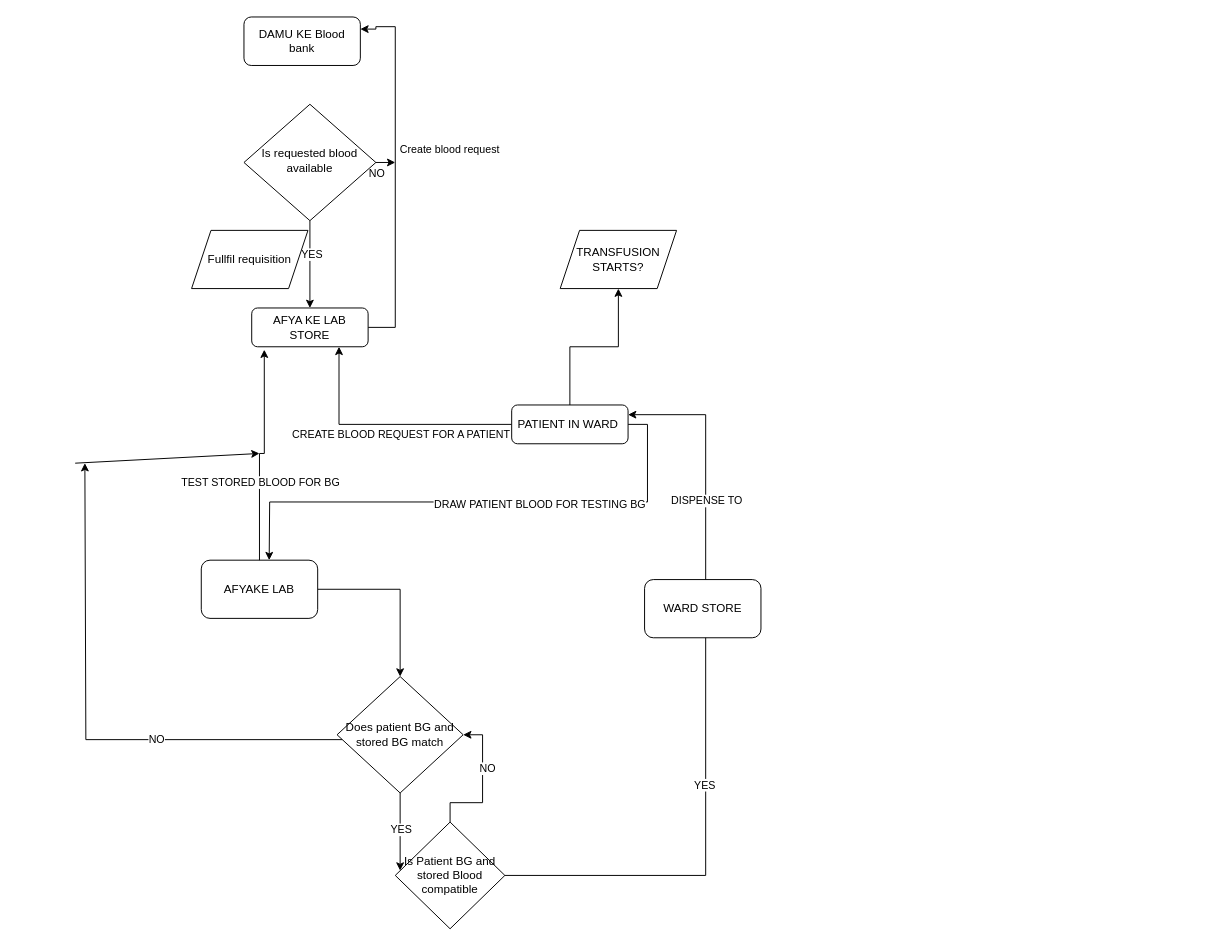
The draw.io diagram Untitled Diagram.drawio in kelvinmudanya/zero_day, before the edit. Source tidied: cells renumbered, new cells numbered last; positions are measured from the earlier drawing's top-left corner, leaving out a move shared by most shapes. Both pictures are drawn from the tidied source at 97%, with x=0, y=0 at pixel (75, 16).
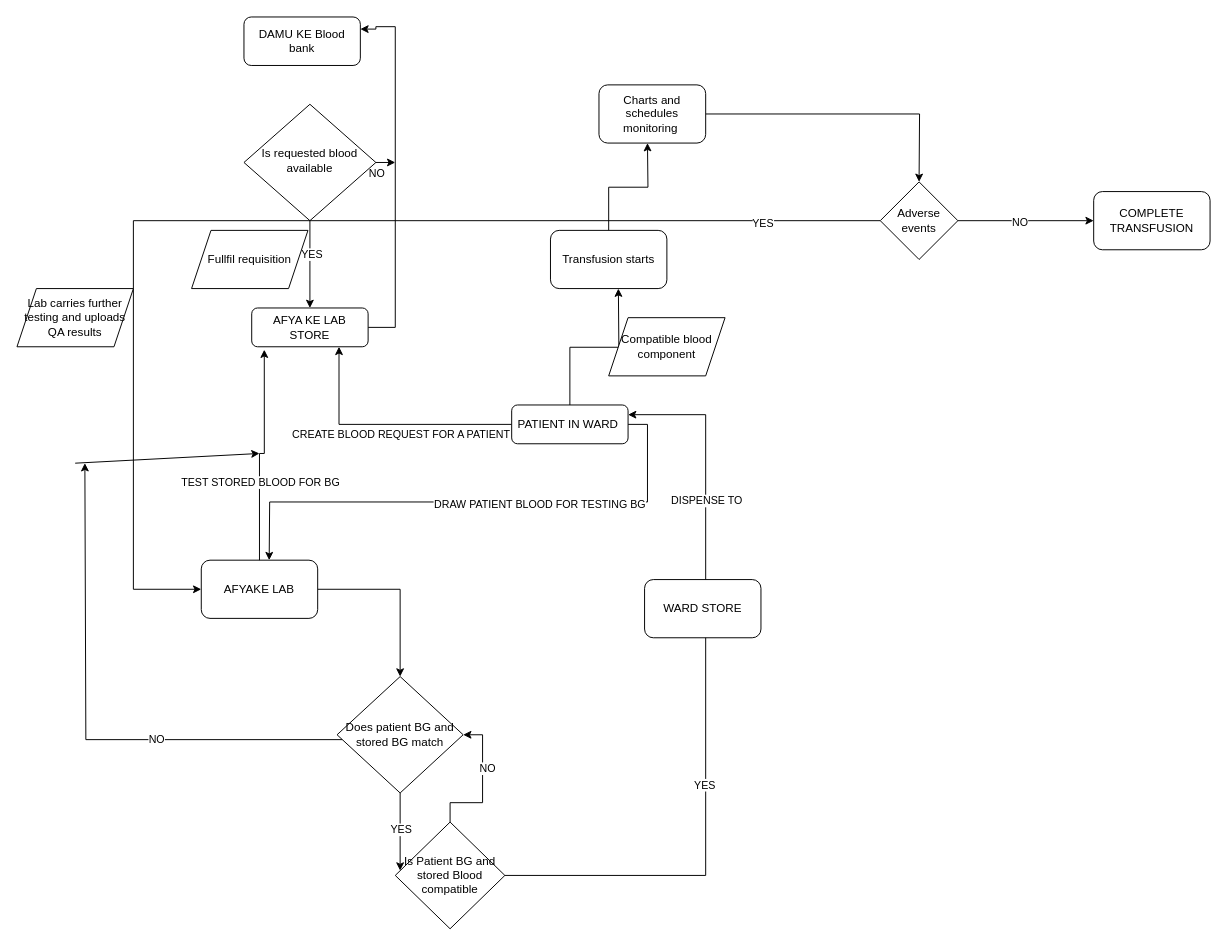
The same diagram, later.

Unchanged cells that the change refers to:
```xml
<mxCell id="8" style="edgeStyle=orthogonalEdgeStyle;rounded=0;jettySize=auto;html=1;entryX=1;entryY=0.25;entryDx=0;entryDy=0;" parent="1" edge="1" source="10" target="2">
  <mxGeometry relative="1" as="geometry">
    <Array as="points">
      <mxPoint x="330" y="320" />
      <mxPoint x="330" y="10" />
      <mxPoint x="310" y="10" />
    </Array>
  </mxGeometry>
</mxCell>
<mxCell id="13" value="AFYAKE LAB" style="rounded=1;whiteSpace=wrap;html=1;" parent="1" vertex="1">
  <mxGeometry x="130" y="560" width="120" height="60" as="geometry" />
</mxCell>
<mxCell id="19" value="PATIENT IN WARD&amp;nbsp;" style="rounded=1;whiteSpace=wrap;html=1;" parent="1" vertex="1">
  <mxGeometry x="450" y="400" width="120" height="40" as="geometry" />
</mxCell>
```

Change to the diagram source:
```diff
@@
-    <mxCell id="9" value="Create blood request" style="edgeLabel;html=1;align=center;verticalAlign=middle;" parent="8" vertex="1">
-      <mxGeometry x="0.12" y="1" relative="1" as="geometry">
-        <mxPoint x="56" y="-1" as="offset" />
-      </mxGeometry>
-    </mxCell>
@@
-    <mxCell id="18" style="edgeStyle=orthogonalEdgeStyle;rounded=0;jettySize=auto;html=1;" parent="1" edge="1" source="19" target="35">
-      <mxGeometry relative="1" as="geometry" />
+    <mxCell id="18" style="edgeStyle=orthogonalEdgeStyle;rounded=0;jettySize=auto;html=1;" parent="1" edge="1" source="19">
+      <mxGeometry relative="1" as="geometry">
+        <mxPoint x="560" y="280" as="targetPoint" />
+      </mxGeometry>
     </mxCell>
@@
-    <mxCell id="35" value="TRANSFUSION STARTS?" style="shape=parallelogram;perimeter=parallelogramPerimeter;whiteSpace=wrap;html=1;fixedSize=1;" parent="1" vertex="1">
-      <mxGeometry x="500" y="220" width="120" height="60" as="geometry" />
-    </mxCell>
+    <mxCell id="36" style="edgeStyle=orthogonalEdgeStyle;rounded=0;jettySize=auto;html=1;" parent="1" edge="1" source="37">
+      <mxGeometry relative="1" as="geometry">
+        <mxPoint x="590" y="130" as="targetPoint" />
+      </mxGeometry>
+    </mxCell>
+    <mxCell id="37" value="Transfusion starts" style="rounded=1;whiteSpace=wrap;html=1;" parent="1" vertex="1">
+      <mxGeometry x="490" y="220" width="120" height="60" as="geometry" />
+    </mxCell>
+    <mxCell id="38" value="Compatible blood component" style="shape=parallelogram;perimeter=parallelogramPerimeter;whiteSpace=wrap;html=1;fixedSize=1;" parent="1" vertex="1">
+      <mxGeometry x="550" y="310" width="120" height="60" as="geometry" />
+    </mxCell>
+    <mxCell id="39" style="edgeStyle=orthogonalEdgeStyle;rounded=0;jettySize=auto;html=1;" parent="1" edge="1" source="40">
+      <mxGeometry relative="1" as="geometry">
+        <mxPoint x="870" y="170" as="targetPoint" />
+      </mxGeometry>
+    </mxCell>
+    <mxCell id="40" value="Charts and schedules monitoring&amp;nbsp;" style="rounded=1;whiteSpace=wrap;html=1;" parent="1" vertex="1">
+      <mxGeometry x="540" y="70" width="110" height="60" as="geometry" />
+    </mxCell>
+    <mxCell id="41" style="edgeStyle=orthogonalEdgeStyle;rounded=0;jettySize=auto;html=1;entryX=0;entryY=0.5;entryDx=0;entryDy=0;" parent="1" edge="1" source="45" target="46">
+      <mxGeometry relative="1" as="geometry" />
+    </mxCell>
+    <mxCell id="42" value="NO" style="edgeLabel;html=1;align=center;verticalAlign=middle;" parent="41" vertex="1">
+      <mxGeometry x="-0.1" y="-1" relative="1" as="geometry" />
+    </mxCell>
+    <mxCell id="43" style="edgeStyle=orthogonalEdgeStyle;rounded=0;jettySize=auto;html=1;entryX=0;entryY=0.5;entryDx=0;entryDy=0;" parent="1" edge="1" source="45" target="13">
+      <mxGeometry relative="1" as="geometry">
+        <Array as="points">
+          <mxPoint x="60" y="210" />
+          <mxPoint x="60" y="590" />
+        </Array>
+      </mxGeometry>
+    </mxCell>
+    <mxCell id="44" value="YES" style="edgeLabel;html=1;align=center;verticalAlign=middle;" parent="43" vertex="1">
+      <mxGeometry x="-0.8" y="2" relative="1" as="geometry" />
+    </mxCell>
+    <mxCell id="45" value="Adverse events" style="rhombus;whiteSpace=wrap;html=1;" parent="1" vertex="1">
+      <mxGeometry x="830" y="170" width="80" height="80" as="geometry" />
+    </mxCell>
+    <mxCell id="46" value="COMPLETE TRANSFUSION" style="rounded=1;whiteSpace=wrap;html=1;" parent="1" vertex="1">
+      <mxGeometry x="1050" y="180" width="120" height="60" as="geometry" />
+    </mxCell>
+    <mxCell id="47" value="Lab carries further testing and uploads QA results" style="shape=parallelogram;perimeter=parallelogramPerimeter;whiteSpace=wrap;html=1;fixedSize=1;" parent="1" vertex="1">
+      <mxGeometry x="-60" y="280" width="120" height="60" as="geometry" />
+    </mxCell>
```
